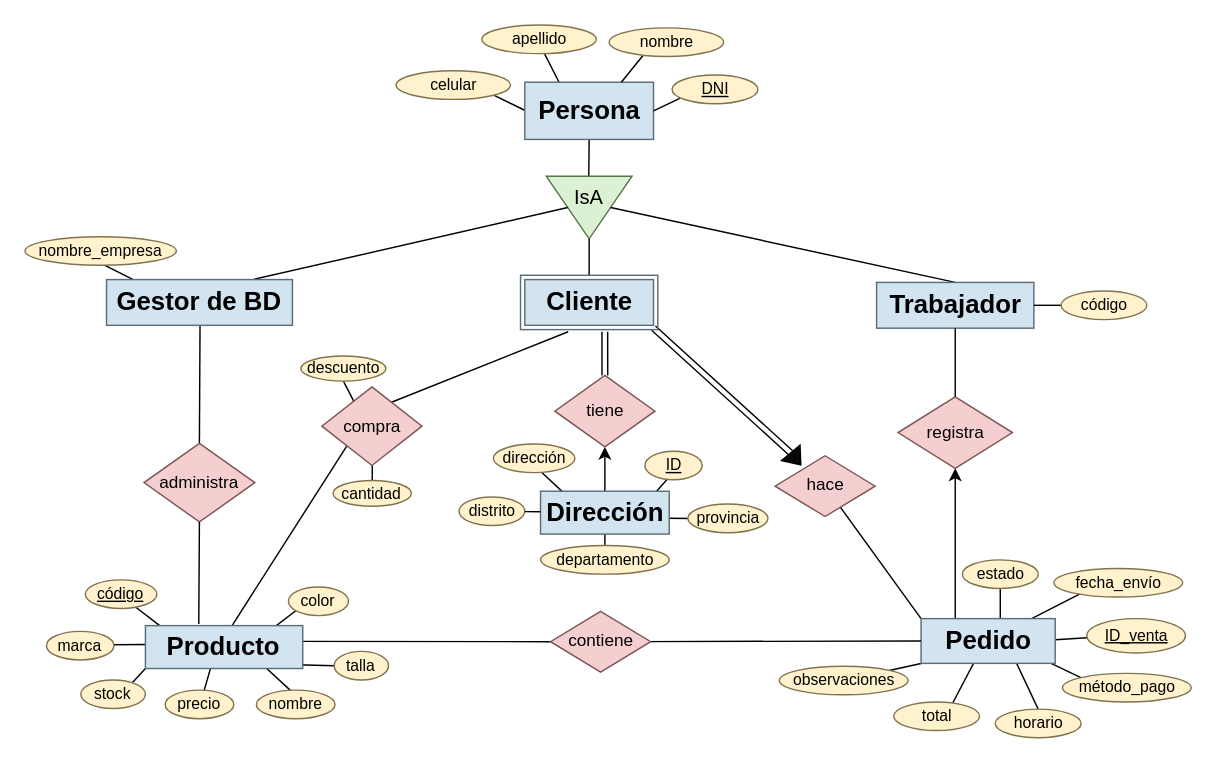
This is Diagrama sin título.drawio from flaqq0/yoc, a draw.io file, before an edit. Source tidied: cells renumbered, new cells numbered last; positions are measured from the earlier drawing's top-left corner, leaving out a move shared by most shapes. Both pictures are drawn from the tidied source at 143%, with x=0, y=0 at pixel (24, 24).
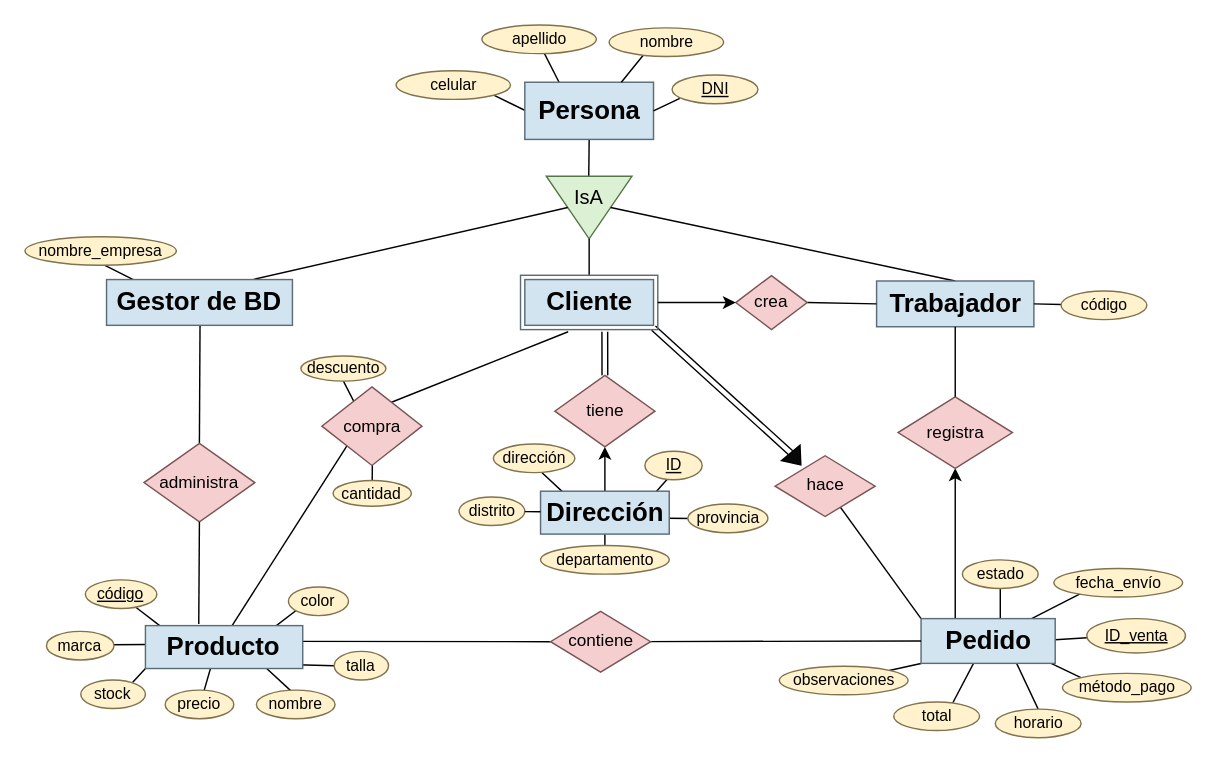
The same page after the edit.

Unchanged cells that the change refers to:
```xml
<mxCell id="66" style="rounded=0;whiteSpace=wrap;html=1;strokeColor=#5A6C78;fillColor=none;" parent="65" vertex="1">
  <mxGeometry width="96" height="38" as="geometry" />
</mxCell>
```

Change to the diagram source:
```diff
@@
     <mxCell id="46" value="&lt;span style=&quot;font-size: 18px;&quot;&gt;&lt;b&gt;Trabajador&lt;/b&gt;&lt;/span&gt;" style="rounded=0;whiteSpace=wrap;html=1;fillColor=#d2e4f0;strokeColor=#5a6c78;shadow=0;" parent="1" vertex="1">
-      <mxGeometry x="595.5" y="180" width="110" height="32" as="geometry" />
+      <mxGeometry x="595.5" y="179" width="110" height="32" as="geometry" />
     </mxCell>
@@
+    <mxCell id="92" style="endArrow=none;html=1;rounded=0;entryX=0;entryY=0.5;entryDx=0;entryDy=0;exitX=1;exitY=0.5;exitDx=0;exitDy=0;" parent="1" edge="1" source="93" target="46">
+      <mxGeometry relative="1" as="geometry" />
+    </mxCell>
+    <mxCell id="93" value="crea" style="rhombus;whiteSpace=wrap;html=1;fillColor=#F5CFCF;strokeColor=#7B5555;" parent="1" vertex="1">
+      <mxGeometry x="497" y="175.2" width="50" height="37.8" as="geometry" />
+    </mxCell>
+    <mxCell id="94" style="edgeStyle=orthogonalEdgeStyle;rounded=0;jettySize=auto;html=1;" parent="1" edge="1" source="66" target="93">
+      <mxGeometry relative="1" as="geometry" />
+    </mxCell>
```
